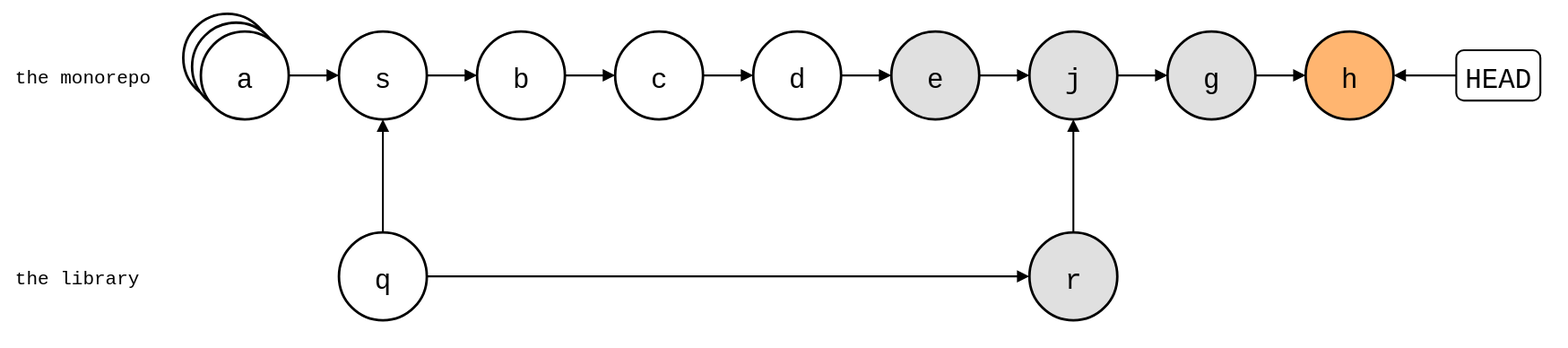
Before: test/comparisons/git-subtree-rejoin-walks.drawio.svg, a diagram exported from draw.io (roschaefer/git-splice). Source tidied: cells renumbered, new cells last; positions are measured from the earlier drawing's top-left corner, leaving out a move shared by most shapes. Source of this version:
```xml
<mxGraphModel background="#ffffff">
  <root>
    <mxCell id="0" />
    <mxCell id="1" parent="0" />
    <mxCell id="2" value="the monorepo" style="text;strokeColor=none;fillColor=none;align=left;verticalAlign=middle;fontSize=15;fontFamily=Roboto Mono,monospace;" parent="1" vertex="1">
      <mxGeometry y="34" width="130" height="30" as="geometry" />
    </mxCell>
    <mxCell id="3" value="the library" style="text;strokeColor=none;fillColor=none;align=left;verticalAlign=middle;fontSize=15;fontFamily=Roboto Mono,monospace;" parent="1" vertex="1">
      <mxGeometry y="194" width="130" height="30" as="geometry" />
    </mxCell>
    <mxCell id="4" style="shape=ellipse;strokeWidth=2;fontSize=22;fontFamily=Roboto Mono,monospace;" parent="1" vertex="1">
      <mxGeometry x="136" width="70" height="70" as="geometry" />
    </mxCell>
    <mxCell id="5" style="shape=ellipse;strokeWidth=2;fontSize=22;fontFamily=Roboto Mono,monospace;" parent="1" vertex="1">
      <mxGeometry x="143" y="7" width="70" height="70" as="geometry" />
    </mxCell>
    <mxCell id="6" value="a" style="ellipse;strokeWidth=2;fontSize=22;fontFamily=Roboto Mono,monospace;" parent="1" vertex="1">
      <mxGeometry x="150" y="14" width="70" height="70" as="geometry" />
    </mxCell>
    <mxCell id="7" value="s" style="ellipse;strokeWidth=2;fontSize=22;fontFamily=Roboto Mono,monospace;" parent="1" vertex="1">
      <mxGeometry x="260" y="14" width="70" height="70" as="geometry" />
    </mxCell>
    <mxCell id="8" value="b" style="ellipse;strokeWidth=2;fontSize=22;fontFamily=Roboto Mono,monospace;" parent="1" vertex="1">
      <mxGeometry x="370" y="14" width="70" height="70" as="geometry" />
    </mxCell>
    <mxCell id="9" value="c" style="ellipse;strokeWidth=2;fontSize=22;fontFamily=Roboto Mono,monospace;" parent="1" vertex="1">
      <mxGeometry x="480" y="14" width="70" height="70" as="geometry" />
    </mxCell>
    <mxCell id="10" value="d" style="ellipse;strokeWidth=2;fontSize=22;fontFamily=Roboto Mono,monospace;" parent="1" vertex="1">
      <mxGeometry x="590" y="14" width="70" height="70" as="geometry" />
    </mxCell>
    <mxCell id="11" value="e" style="ellipse;strokeWidth=2;fontSize=22;fontFamily=Roboto Mono,monospace;fillColor=#E0E0E0;" parent="1" vertex="1">
      <mxGeometry x="700" y="14" width="70" height="70" as="geometry" />
    </mxCell>
    <mxCell id="12" value="j" style="ellipse;strokeWidth=2;fontSize=22;fontFamily=Roboto Mono,monospace;fillColor=#E0E0E0;" parent="1" vertex="1">
      <mxGeometry x="810" y="14" width="70" height="70" as="geometry" />
    </mxCell>
    <mxCell id="13" value="q" style="ellipse;strokeWidth=2;fontSize=22;fontFamily=Roboto Mono,monospace;" parent="1" vertex="1">
      <mxGeometry x="260" y="174" width="70" height="70" as="geometry" />
    </mxCell>
    <mxCell id="14" value="r" style="ellipse;strokeWidth=2;fontSize=22;fontFamily=Roboto Mono,monospace;fillColor=#E0E0E0;" parent="1" vertex="1">
      <mxGeometry x="810" y="174" width="70" height="70" as="geometry" />
    </mxCell>
    <mxCell id="15" value="g" style="ellipse;strokeWidth=2;fontSize=22;fontFamily=Roboto Mono,monospace;fillColor=#E0E0E0;" parent="1" vertex="1">
      <mxGeometry x="920" y="14" width="70" height="70" as="geometry" />
    </mxCell>
    <mxCell id="16" value="h" style="ellipse;strokeWidth=2;fontSize=22;fontFamily=Roboto Mono,monospace;fillColor=#FFB570;" parent="1" vertex="1">
      <mxGeometry x="1030" y="14" width="70" height="70" as="geometry" />
    </mxCell>
    <mxCell id="17" style="endArrow=block;endFill=1;html=1;strokeWidth=1.5;rounded=0;" parent="1" edge="1" source="12" target="15">
      <mxGeometry relative="1" as="geometry" />
    </mxCell>
    <mxCell id="18" style="endArrow=block;endFill=1;html=1;strokeWidth=1.5;rounded=0;" parent="1" edge="1" source="15" target="16">
      <mxGeometry relative="1" as="geometry" />
    </mxCell>
    <mxCell id="19" value="HEAD" style="rounded=1;strokeWidth=1.5;fontSize=22;fontFamily=Roboto Mono,monospace;" parent="1" vertex="1">
      <mxGeometry x="1150" y="29" width="67" height="40" as="geometry" />
    </mxCell>
    <mxCell id="20" style="endArrow=block;endFill=1;html=1;strokeWidth=1.5;rounded=0;" parent="1" edge="1" source="19" target="16">
      <mxGeometry relative="1" as="geometry" />
    </mxCell>
    <mxCell id="21" style="endArrow=block;endFill=1;html=1;strokeWidth=1.5;rounded=0;" parent="1" edge="1" source="6" target="7">
      <mxGeometry relative="1" as="geometry" />
    </mxCell>
    <mxCell id="22" style="endArrow=block;endFill=1;html=1;strokeWidth=1.5;rounded=0;" parent="1" edge="1" source="7" target="8">
      <mxGeometry relative="1" as="geometry" />
    </mxCell>
    <mxCell id="23" style="endArrow=block;endFill=1;html=1;strokeWidth=1.5;rounded=0;" parent="1" edge="1" source="8" target="9">
      <mxGeometry relative="1" as="geometry" />
    </mxCell>
    <mxCell id="24" style="endArrow=block;endFill=1;html=1;strokeWidth=1.5;rounded=0;" parent="1" edge="1" source="9" target="10">
      <mxGeometry relative="1" as="geometry" />
    </mxCell>
    <mxCell id="25" style="endArrow=block;endFill=1;html=1;strokeWidth=1.5;rounded=0;" parent="1" edge="1" source="10" target="11">
      <mxGeometry relative="1" as="geometry" />
    </mxCell>
    <mxCell id="26" style="endArrow=block;endFill=1;html=1;strokeWidth=1.5;rounded=0;" parent="1" edge="1" source="11" target="12">
      <mxGeometry relative="1" as="geometry" />
    </mxCell>
    <mxCell id="27" style="endArrow=block;endFill=1;html=1;strokeWidth=1.5;rounded=0;" parent="1" edge="1" source="13" target="7">
      <mxGeometry relative="1" as="geometry" />
    </mxCell>
    <mxCell id="28" style="endArrow=block;endFill=1;html=1;strokeWidth=1.5;rounded=0;" parent="1" edge="1" source="13" target="14">
      <mxGeometry relative="1" as="geometry" />
    </mxCell>
    <mxCell id="29" style="endArrow=block;endFill=1;html=1;strokeWidth=1.5;rounded=0;" parent="1" edge="1" source="14" target="12">
      <mxGeometry relative="1" as="geometry" />
    </mxCell>
  </root>
</mxGraphModel>
```
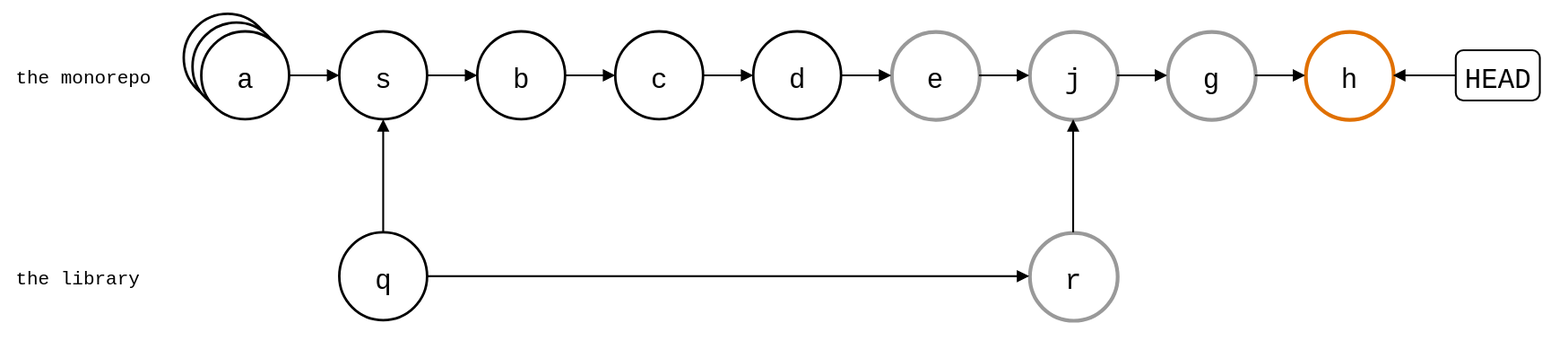
After the change.

The edit, as a diff of the source:
```diff
@@ -29,22 +29,22 @@
     <mxCell id="10" value="d" style="ellipse;strokeWidth=2;fontSize=22;fontFamily=Roboto Mono,monospace;" parent="1" vertex="1">
       <mxGeometry x="590" y="14" width="70" height="70" as="geometry" />
     </mxCell>
-    <mxCell id="11" value="e" style="ellipse;strokeWidth=2;fontSize=22;fontFamily=Roboto Mono,monospace;fillColor=#E0E0E0;" parent="1" vertex="1">
+    <mxCell id="11" value="e" style="ellipse;fontSize=22;fontFamily=Roboto Mono,monospace;strokeColor=#999999;strokeWidth=3;" parent="1" vertex="1">
       <mxGeometry x="700" y="14" width="70" height="70" as="geometry" />
     </mxCell>
-    <mxCell id="12" value="j" style="ellipse;strokeWidth=2;fontSize=22;fontFamily=Roboto Mono,monospace;fillColor=#E0E0E0;" parent="1" vertex="1">
+    <mxCell id="12" value="j" style="ellipse;fontSize=22;fontFamily=Roboto Mono,monospace;strokeColor=#999999;strokeWidth=3;" parent="1" vertex="1">
       <mxGeometry x="810" y="14" width="70" height="70" as="geometry" />
     </mxCell>
     <mxCell id="13" value="q" style="ellipse;strokeWidth=2;fontSize=22;fontFamily=Roboto Mono,monospace;" parent="1" vertex="1">
       <mxGeometry x="260" y="174" width="70" height="70" as="geometry" />
     </mxCell>
-    <mxCell id="14" value="r" style="ellipse;strokeWidth=2;fontSize=22;fontFamily=Roboto Mono,monospace;fillColor=#E0E0E0;" parent="1" vertex="1">
+    <mxCell id="14" value="r" style="ellipse;fontSize=22;fontFamily=Roboto Mono,monospace;strokeColor=#999999;strokeWidth=3;" parent="1" vertex="1">
       <mxGeometry x="810" y="174" width="70" height="70" as="geometry" />
     </mxCell>
-    <mxCell id="15" value="g" style="ellipse;strokeWidth=2;fontSize=22;fontFamily=Roboto Mono,monospace;fillColor=#E0E0E0;" parent="1" vertex="1">
+    <mxCell id="15" value="g" style="ellipse;fontSize=22;fontFamily=Roboto Mono,monospace;strokeColor=#999999;strokeWidth=3;" parent="1" vertex="1">
       <mxGeometry x="920" y="14" width="70" height="70" as="geometry" />
     </mxCell>
-    <mxCell id="16" value="h" style="ellipse;strokeWidth=2;fontSize=22;fontFamily=Roboto Mono,monospace;fillColor=#FFB570;" parent="1" vertex="1">
+    <mxCell id="16" value="h" style="ellipse;fontSize=22;fontFamily=Roboto Mono,monospace;strokeColor=#E07000;strokeWidth=3;" parent="1" vertex="1">
       <mxGeometry x="1030" y="14" width="70" height="70" as="geometry" />
     </mxCell>
     <mxCell id="17" style="endArrow=block;endFill=1;html=1;strokeWidth=1.5;rounded=0;" parent="1" edge="1" source="12" target="15">
```
